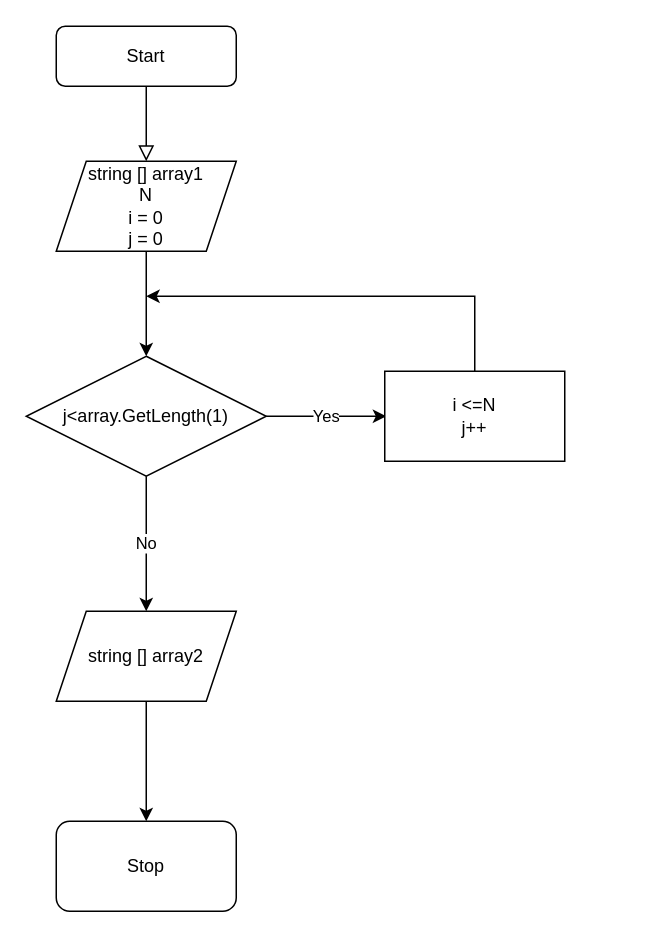
The draw.io diagram Algorithm.drawio in selemenevpavel/controlwork1, before the edit. Source tidied: cells renumbered, new cells numbered last; positions are measured from the earlier drawing's top-left corner, leaving out a move shared by most shapes. Both pictures are drawn from the tidied source at 150%, with x=0, y=0 at pixel (26, 26).
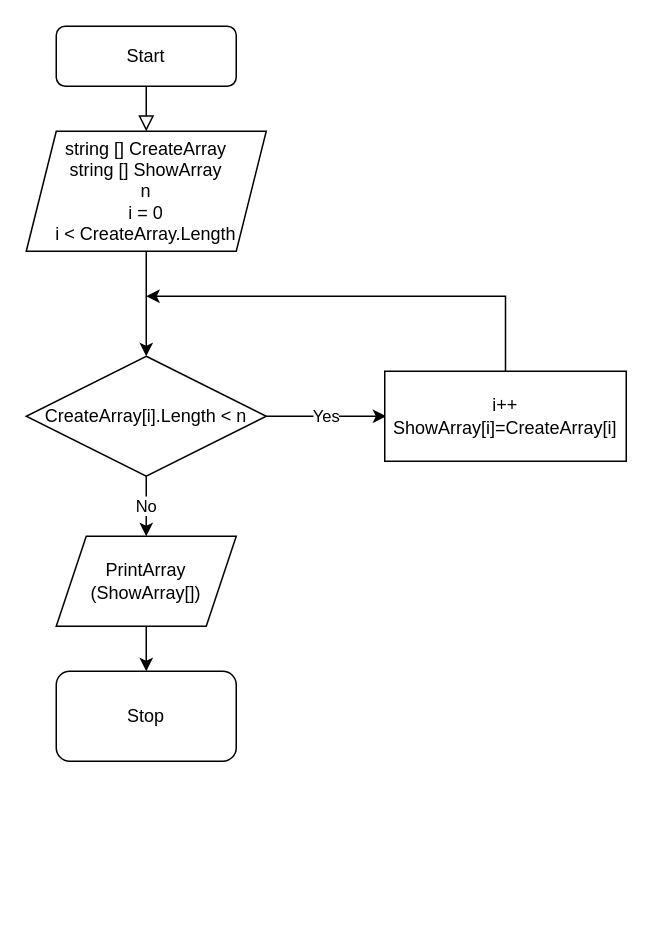
After the change.

Diff of the diagram source:
```diff
@@
 <mxGraphModel>
   <root>
     <mxCell id="0" />
     <mxCell id="1" parent="0" />
-    <mxCell id="2" style="rounded=0;html=1;jettySize=auto;fontSize=11;endArrow=block;endFill=0;endSize=8;strokeWidth=1;shadow=0;labelBackgroundColor=none;edgeStyle=orthogonalEdgeStyle;" parent="1" edge="1" source="3">
-      <mxGeometry relative="1" as="geometry">
-        <mxPoint x="80" y="90" as="targetPoint" />
-      </mxGeometry>
+    <mxCell id="2" style="rounded=0;html=1;jettySize=auto;fontSize=11;endArrow=block;endFill=0;endSize=8;strokeWidth=1;shadow=0;labelBackgroundColor=none;edgeStyle=orthogonalEdgeStyle;entryX=0.5;entryY=0;entryDx=0;entryDy=0;" parent="1" edge="1" source="3" target="5">
+      <mxGeometry relative="1" as="geometry" />
     </mxCell>
     <mxCell id="3" value="Start" style="rounded=1;whiteSpace=wrap;html=1;fontSize=12;glass=0;strokeWidth=1;shadow=0;" parent="1" vertex="1">
       <mxGeometry x="20" width="120" height="40" as="geometry" />
     </mxCell>
     <mxCell id="4" style="edgeStyle=orthogonalEdgeStyle;rounded=0;jettySize=auto;html=1;" parent="1" edge="1" source="5">
       <mxGeometry relative="1" as="geometry">
         <mxPoint x="80" y="220" as="targetPoint" />
       </mxGeometry>
     </mxCell>
-    <mxCell id="5" value="string [] array1&lt;br&gt;N&lt;br&gt;i = 0&lt;br&gt;j = 0" style="shape=parallelogram;perimeter=parallelogramPerimeter;whiteSpace=wrap;html=1;fixedSize=1;" parent="1" vertex="1">
-      <mxGeometry x="20" y="90" width="120" height="60" as="geometry" />
+    <mxCell id="5" value="string [] CreateArray&lt;br&gt;string [] ShowArray&lt;br&gt;n&lt;br&gt;i = 0&lt;br&gt;i &amp;lt; CreateArray.Length" style="shape=parallelogram;perimeter=parallelogramPerimeter;whiteSpace=wrap;html=1;fixedSize=1;" parent="1" vertex="1">
+      <mxGeometry y="70" width="160" height="80" as="geometry" />
     </mxCell>
     <mxCell id="6" value="No" style="edgeStyle=orthogonalEdgeStyle;rounded=0;jettySize=auto;html=1;" parent="1" edge="1" source="8" target="10">
       <mxGeometry relative="1" as="geometry" />
     </mxCell>
     <mxCell id="7" value="Yes" style="edgeStyle=orthogonalEdgeStyle;rounded=0;jettySize=auto;html=1;" parent="1" edge="1" source="8">
       <mxGeometry relative="1" as="geometry">
         <mxPoint x="240" y="260" as="targetPoint" />
       </mxGeometry>
     </mxCell>
-    <mxCell id="8" value="j&amp;lt;array.GetLength(1)" style="rhombus;whiteSpace=wrap;html=1;" parent="1" vertex="1">
+    <mxCell id="8" value="CreateArray[i].Length &amp;lt; n" style="rhombus;whiteSpace=wrap;html=1;" parent="1" vertex="1">
       <mxGeometry y="220" width="160" height="80" as="geometry" />
     </mxCell>
     <mxCell id="9" style="edgeStyle=orthogonalEdgeStyle;rounded=0;jettySize=auto;html=1;" parent="1" edge="1" source="10" target="11">
       <mxGeometry relative="1" as="geometry" />
     </mxCell>
-    <mxCell id="10" value="&lt;span style=&quot;&quot;&gt;string [] array2&lt;/span&gt;" style="shape=parallelogram;perimeter=parallelogramPerimeter;whiteSpace=wrap;html=1;fixedSize=1;" parent="1" vertex="1">
-      <mxGeometry x="20" y="390" width="120" height="60" as="geometry" />
+    <mxCell id="10" value="PrintArray&lt;br&gt;(ShowArray[])" style="shape=parallelogram;perimeter=parallelogramPerimeter;whiteSpace=wrap;html=1;fixedSize=1;" parent="1" vertex="1">
+      <mxGeometry x="20" y="340" width="120" height="60" as="geometry" />
     </mxCell>
     <mxCell id="11" value="Stop" style="rounded=1;whiteSpace=wrap;html=1;" parent="1" vertex="1">
-      <mxGeometry x="20" y="530" width="120" height="60" as="geometry" />
+      <mxGeometry x="20" y="430" width="120" height="60" as="geometry" />
     </mxCell>
-    <mxCell id="12" style="edgeStyle=orthogonalEdgeStyle;rounded=0;jettySize=auto;html=1;" parent="1" edge="1" source="13">
+    <mxCell id="12" style="edgeStyle=orthogonalEdgeStyle;rounded=0;jettySize=auto;html=1;exitX=0.5;exitY=0;exitDx=0;exitDy=0;" parent="1" edge="1" source="13">
       <mxGeometry relative="1" as="geometry">
         <mxPoint x="80" y="180" as="targetPoint" />
         <Array as="points">
-          <mxPoint x="299" y="180" />
+          <mxPoint x="320" y="180" />
         </Array>
       </mxGeometry>
     </mxCell>
-    <mxCell id="13" value="i &amp;lt;=N&lt;br&gt;j++" style="whiteSpace=wrap;html=1;" parent="1" vertex="1">
-      <mxGeometry x="239" y="230" width="120" height="60" as="geometry" />
+    <mxCell id="13" value="i++&lt;br&gt;ShowArray[i]=CreateArray[i]" style="whiteSpace=wrap;html=1;" parent="1" vertex="1">
+      <mxGeometry x="239" y="230" width="161" height="60" as="geometry" />
     </mxCell>
   </root>
 </mxGraphModel>
```
